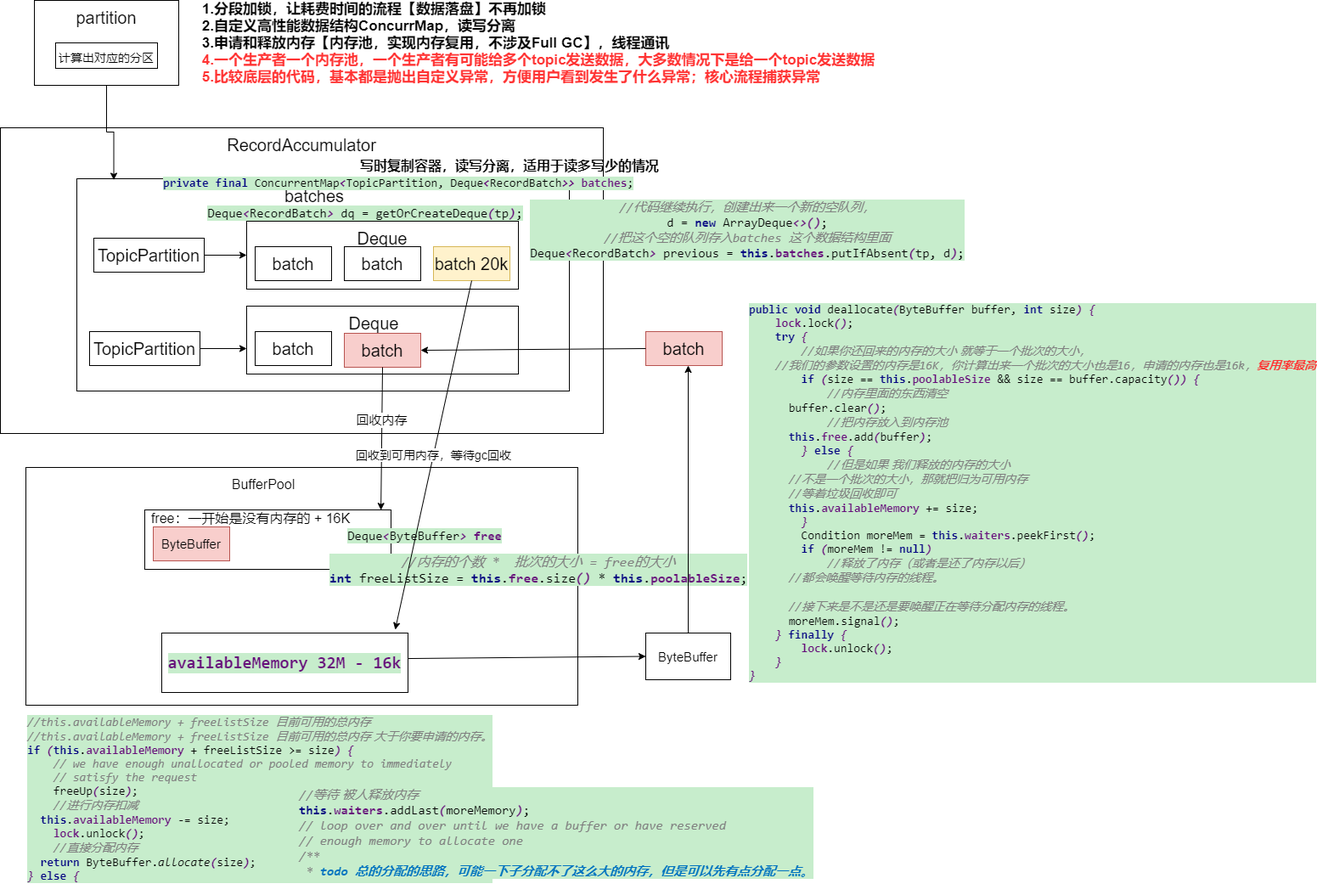
Before: accumulator.png, a diagram exported from draw.io (zaz5630/CRM). Source tidied: cells renumbered, new cells last; positions are measured from the earlier drawing's top-left corner, leaving out a move shared by most shapes.
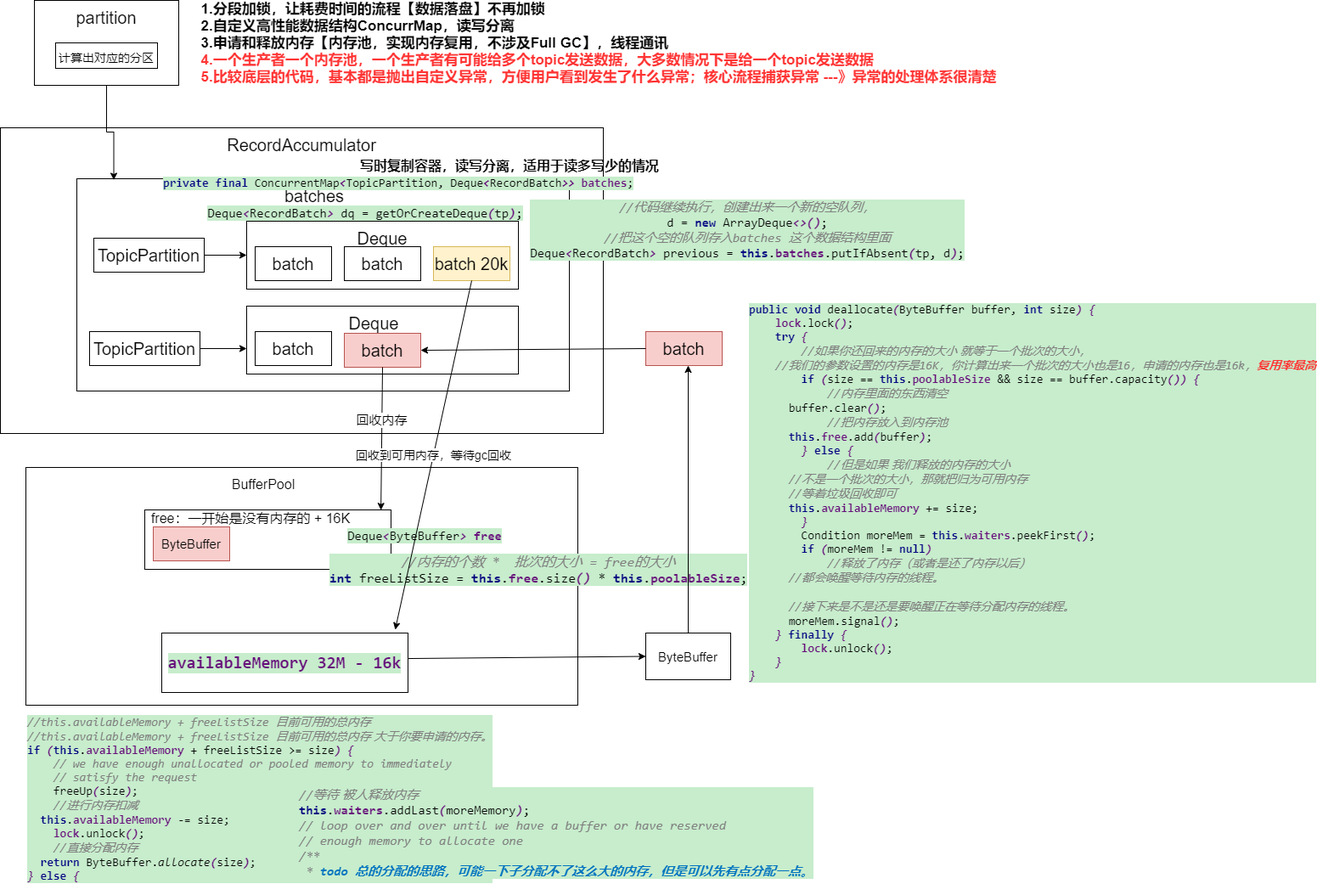
Later version of the same file.

The edit, as a diff of the source:
```diff
@@ -67,8 +67,8 @@
     <mxCell id="22" value="&lt;pre style=&quot;background-color: rgb(199 , 237 , 204) ; font-family: &amp;#34;consolas&amp;#34; ; font-size: 15px&quot;&gt;Deque&lt;span style=&quot;color: #660e7a ; font-weight: bold ; font-style: italic&quot;&gt;&amp;lt;&lt;/span&gt;RecordBatch&lt;span style=&quot;color: #660e7a ; font-weight: bold ; font-style: italic&quot;&gt;&amp;gt; &lt;/span&gt;dq = getOrCreateDeque&lt;span style=&quot;color: #660e7a ; font-weight: bold ; font-style: italic&quot;&gt;(&lt;/span&gt;tp&lt;span style=&quot;color: #660e7a ; font-weight: bold ; font-style: italic&quot;&gt;)&lt;/span&gt;;&lt;/pre&gt;" style="text;html=1;strokeColor=none;fillColor=none;align=center;verticalAlign=middle;whiteSpace=wrap;rounded=0;fontSize=20;" parent="1" vertex="1">
       <mxGeometry x="410" y="240" width="40" height="20" as="geometry" />
     </mxCell>
-    <mxCell id="23" value="&lt;div style=&quot;text-align: left&quot;&gt;&lt;span&gt;1.分段加锁，让耗费时间的流程【数据落盘】不再加锁&lt;/span&gt;&lt;/div&gt;&lt;div style=&quot;text-align: left&quot;&gt;&lt;span&gt;2.自定义高性能数据结构ConcurrMap，读写分离&lt;/span&gt;&lt;/div&gt;&lt;div style=&quot;text-align: left&quot;&gt;&lt;span&gt;3.申请和释放内存【内存池，实现内存复用，不涉及Full GC】，线程通讯&lt;/span&gt;&lt;/div&gt;&lt;div style=&quot;text-align: left&quot;&gt;&lt;span&gt;&lt;font color=&quot;#ff3333&quot;&gt;4.一个生产者一个内存池，一个生产者有可能给多个topic发送数据，大多数情况下是给一个topic发送数据&lt;/font&gt;&lt;/span&gt;&lt;/div&gt;&lt;div style=&quot;text-align: left&quot;&gt;&lt;span&gt;&lt;font color=&quot;#ff3333&quot;&gt;5.比较底层的代码，基本都是抛出自定义异常，方便用户看到发生了什么异常；核心流程捕获异常&lt;/font&gt;&lt;/span&gt;&lt;/div&gt;" style="text;html=1;strokeColor=none;fillColor=none;align=center;verticalAlign=middle;whiteSpace=wrap;rounded=0;fontSize=17;fontStyle=1;" parent="1" vertex="1">
-      <mxGeometry x="195.2" y="30" width="877.5" height="40" as="geometry" />
+    <mxCell id="23" value="&lt;div style=&quot;text-align: left&quot;&gt;&lt;span&gt;1.分段加锁，让耗费时间的流程【数据落盘】不再加锁&lt;/span&gt;&lt;/div&gt;&lt;div style=&quot;text-align: left&quot;&gt;&lt;span&gt;2.自定义高性能数据结构ConcurrMap，读写分离&lt;/span&gt;&lt;/div&gt;&lt;div style=&quot;text-align: left&quot;&gt;&lt;span&gt;3.申请和释放内存【内存池，实现内存复用，不涉及Full GC】，线程通讯&lt;/span&gt;&lt;/div&gt;&lt;div style=&quot;text-align: left&quot;&gt;&lt;span&gt;&lt;font color=&quot;#ff3333&quot;&gt;4.一个生产者一个内存池，一个生产者有可能给多个topic发送数据，大多数情况下是给一个topic发送数据&lt;/font&gt;&lt;/span&gt;&lt;/div&gt;&lt;div style=&quot;text-align: left&quot;&gt;&lt;span&gt;&lt;font color=&quot;#ff3333&quot;&gt;5.比较底层的代码，基本都是抛出自定义异常，方便用户看到发生了什么异常；核心流程捕获异常 ---》异常的处理体系很清楚&lt;/font&gt;&lt;/span&gt;&lt;/div&gt;" style="text;html=1;strokeColor=none;fillColor=none;align=center;verticalAlign=middle;whiteSpace=wrap;rounded=0;fontSize=17;fontStyle=1;" parent="1" vertex="1">
+      <mxGeometry x="230" y="30" width="950" height="40" as="geometry" />
     </mxCell>
     <mxCell id="24" value="&lt;pre style=&quot;background-color: rgb(199 , 237 , 204) ; font-family: &amp;#34;consolas&amp;#34; ; font-size: 14px&quot;&gt;&lt;span style=&quot;color: #000080 ; font-weight: bold&quot;&gt;private final &lt;/span&gt;ConcurrentMap&lt;span style=&quot;color: #660e7a ; font-weight: bold ; font-style: italic&quot;&gt;&amp;lt;&lt;/span&gt;TopicPartition, Deque&lt;span style=&quot;color: #660e7a ; font-weight: bold ; font-style: italic&quot;&gt;&amp;lt;&lt;/span&gt;RecordBatch&lt;span style=&quot;color: #660e7a ; font-weight: bold ; font-style: italic&quot;&gt;&amp;gt;&amp;gt; &lt;/span&gt;&lt;span style=&quot;color: #660e7a ; font-weight: bold&quot;&gt;batches&lt;/span&gt;;&lt;/pre&gt;" style="text;html=1;strokeColor=none;fillColor=none;align=center;verticalAlign=middle;whiteSpace=wrap;rounded=0;fontSize=17;" parent="1" vertex="1">
       <mxGeometry x="324" y="210" width="290" height="10" as="geometry" />
```
